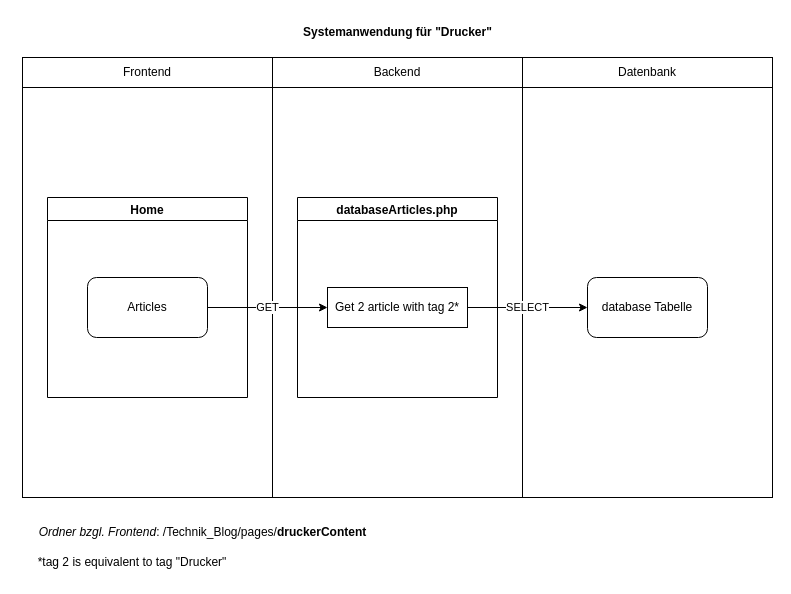
Earlier version of the draw.io diagram Dokumentation/Komponentenbeschreibung_Drucker.drawio (CoffeeAddict987/Technik_Blog). Source tidied: cells renumbered, new cells numbered last; positions are measured from the earlier drawing's top-left corner, leaving out a move shared by most shapes. Both pictures are drawn from the tidied source at 100%, with x=0, y=0 at pixel (17, 17).
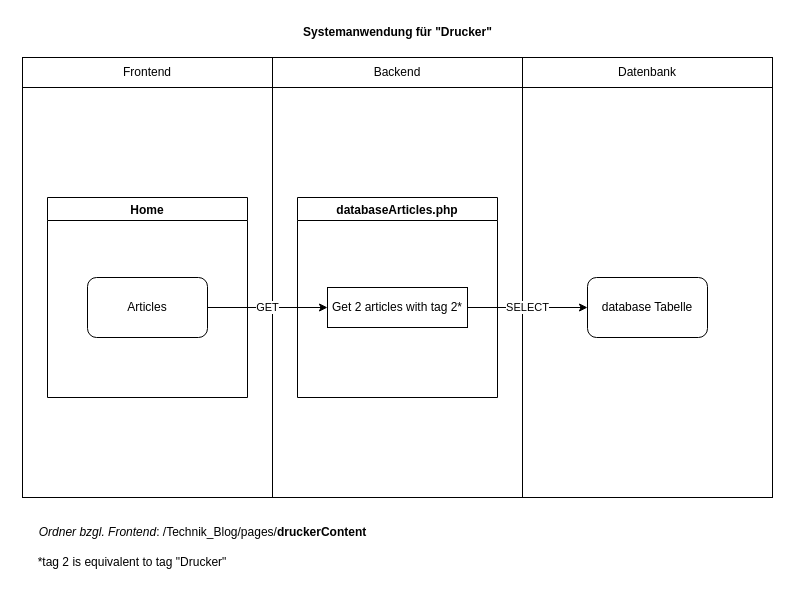
The same page after the edit.

Change to the diagram source:
```diff
@@
 <mxGraphModel>
   <root>
     <mxCell id="0" />
     <mxCell id="1" parent="0" />
     <mxCell id="2" value="Systemanwendung für &quot;Drucker&quot;" style="text;html=1;strokeColor=none;fillColor=none;align=center;verticalAlign=middle;whiteSpace=wrap;rounded=0;fontStyle=1;" parent="1" vertex="1">
       <mxGeometry x="275.8" width="208.5" height="30" as="geometry" />
     </mxCell>
     <mxCell id="3" style="rounded=0;whiteSpace=wrap;html=1;labelPosition=center;verticalLabelPosition=top;align=center;verticalAlign=bottom;spacingTop=0;" parent="1" vertex="1">
       <mxGeometry x="5" y="40" width="250" height="440" as="geometry" />
     </mxCell>
     <mxCell id="4" style="rounded=0;whiteSpace=wrap;html=1;" parent="1" vertex="1">
       <mxGeometry x="255" y="40" width="250" height="440" as="geometry" />
     </mxCell>
     <mxCell id="5" style="rounded=0;whiteSpace=wrap;html=1;" parent="1" vertex="1">
       <mxGeometry x="505" y="40" width="250" height="440" as="geometry" />
     </mxCell>
     <mxCell id="6" value="Frontend" style="text;html=1;strokeColor=none;fillColor=none;align=center;verticalAlign=middle;whiteSpace=wrap;rounded=0;" parent="1" vertex="1">
       <mxGeometry x="100" y="40" width="60" height="30" as="geometry" />
     </mxCell>
     <mxCell id="7" value="Datenbank" style="text;html=1;strokeColor=none;fillColor=none;align=center;verticalAlign=middle;whiteSpace=wrap;rounded=0;" parent="1" vertex="1">
       <mxGeometry x="600" y="40" width="60" height="30" as="geometry" />
     </mxCell>
     <mxCell id="8" value="Backend" style="text;html=1;strokeColor=none;fillColor=none;align=center;verticalAlign=middle;whiteSpace=wrap;rounded=0;" parent="1" vertex="1">
       <mxGeometry x="350" y="40" width="60" height="30" as="geometry" />
     </mxCell>
     <mxCell id="9" style="endArrow=none;html=1;rounded=0;" parent="1" edge="1">
       <mxGeometry relative="1" as="geometry">
         <mxPoint x="5" y="70" as="sourcePoint" />
         <mxPoint x="755" y="70" as="targetPoint" />
       </mxGeometry>
     </mxCell>
     <mxCell id="10" value="Home" style="swimlane;" parent="1" vertex="1">
       <mxGeometry x="30" y="180" width="200" height="200" as="geometry" />
     </mxCell>
     <mxCell id="11" value="Articles" style="rounded=1;whiteSpace=wrap;html=1;" parent="10" vertex="1">
       <mxGeometry x="40" y="80" width="120" height="60" as="geometry" />
     </mxCell>
     <mxCell id="12" value="databaseArticles.php" style="swimlane;" parent="1" vertex="1">
       <mxGeometry x="280" y="180" width="200" height="200" as="geometry" />
     </mxCell>
-    <mxCell id="13" value="Get 2 article with tag 2*" style="rounded=0;whiteSpace=wrap;html=1;" parent="12" vertex="1">
+    <mxCell id="13" value="Get 2 articles with tag 2*" style="rounded=0;whiteSpace=wrap;html=1;" parent="12" vertex="1">
       <mxGeometry x="30" y="90" width="140" height="40" as="geometry" />
     </mxCell>
     <mxCell id="14" value="database Tabelle" style="rounded=1;whiteSpace=wrap;html=1;" parent="1" vertex="1">
       <mxGeometry x="570" y="260" width="120" height="60" as="geometry" />
     </mxCell>
     <mxCell id="15" value="&lt;i&gt;Ordner bzgl. Frontend&lt;/i&gt;: /Technik_Blog/pages/&lt;b&gt;druckerContent&lt;/b&gt;" style="text;html=1;align=center;verticalAlign=middle;strokeColor=none;fillColor=none;" parent="1" vertex="1">
       <mxGeometry x="10" y="500" width="350" height="30" as="geometry" />
     </mxCell>
     <mxCell id="16" value="*tag 2 is equivalent to tag &quot;Drucker&quot;" style="text;html=1;strokeColor=none;fillColor=none;align=center;verticalAlign=middle;whiteSpace=wrap;rounded=0;" parent="1" vertex="1">
       <mxGeometry y="530" width="230" height="30" as="geometry" />
     </mxCell>
     <mxCell id="17" value="GET" style="endArrow=classic;html=1;rounded=0;exitX=1;exitY=0.5;exitDx=0;exitDy=0;entryX=0;entryY=0.5;entryDx=0;entryDy=0;" parent="1" edge="1" source="11" target="13">
       <mxGeometry relative="1" as="geometry" />
     </mxCell>
     <mxCell id="18" value="SELECT" style="endArrow=classic;html=1;rounded=0;exitX=1;exitY=0.5;exitDx=0;exitDy=0;" parent="1" edge="1" source="13" target="14">
       <mxGeometry relative="1" as="geometry" />
     </mxCell>
   </root>
 </mxGraphModel>
```
